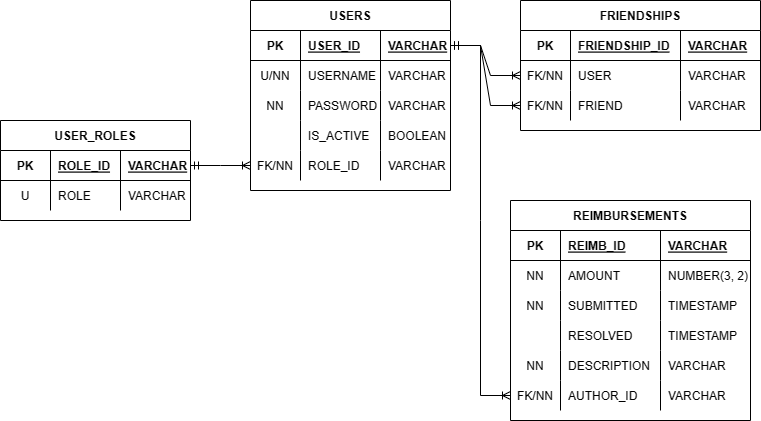
The draw.io diagram ERD.drawio.png in PaulFranklin709/Practice-Project-Backend, before a commit. Source tidied: cells renumbered, new cells last; positions are measured from the earlier drawing's top-left corner, leaving out a move shared by most shapes.
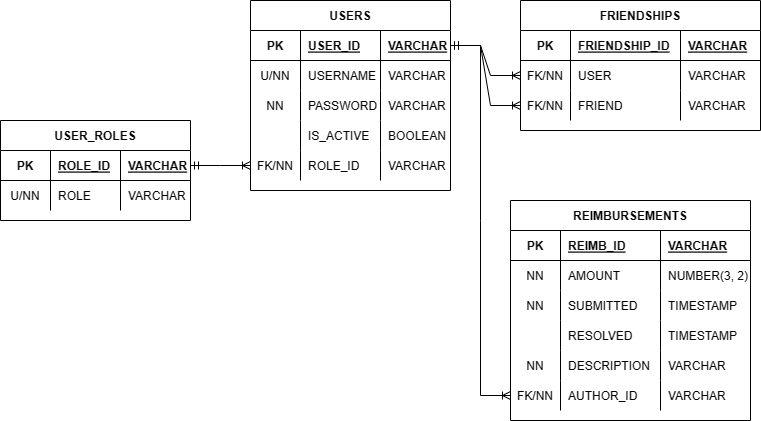
After the change.

Change to the diagram source:
```diff
@@ -83,7 +83,7 @@
     <mxCell id="28" style="shape=partialRectangle;fillColor=none;top=0;left=0;right=0;bottom=0;" parent="23" vertex="1">
       <mxGeometry y="60" width="190" height="30" as="geometry" />
     </mxCell>
-    <mxCell id="29" value="U" style="shape=partialRectangle;overflow=hidden;fillColor=none;top=0;left=0;bottom=0;right=0;" parent="28" vertex="1">
+    <mxCell id="29" value="U/NN" style="shape=partialRectangle;overflow=hidden;fillColor=none;top=0;left=0;bottom=0;right=0;" parent="28" vertex="1">
       <mxGeometry width="50" height="30" as="geometry" />
     </mxCell>
     <mxCell id="30" value="ROLE" style="shape=partialRectangle;overflow=hidden;fillColor=none;top=0;left=0;bottom=0;right=0;align=left;spacingLeft=6;" parent="28" vertex="1">
```
